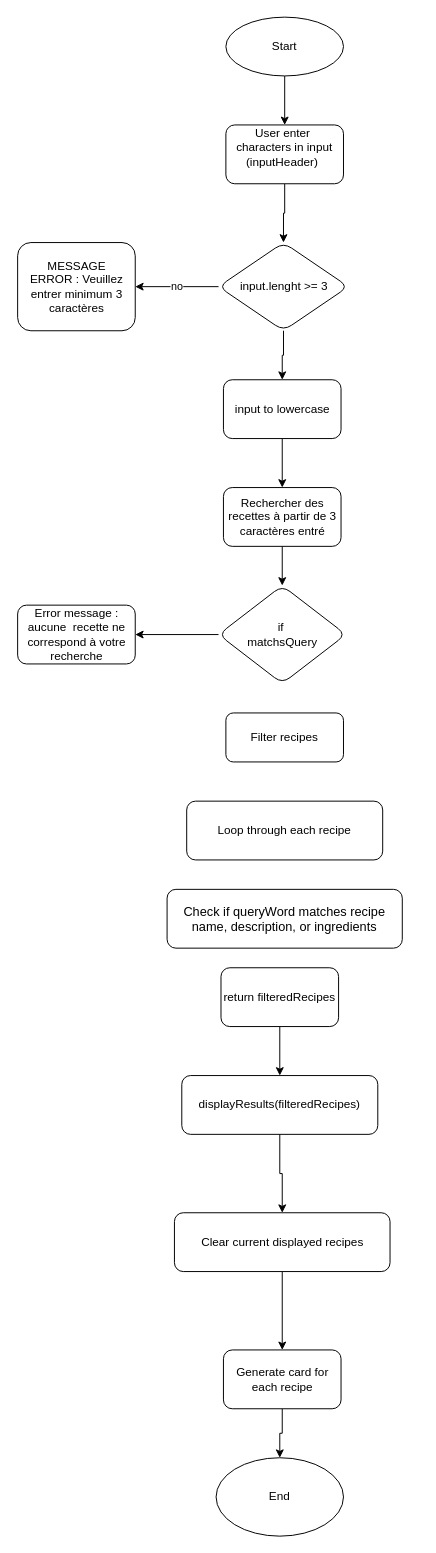
Above: Diagramme sans nom.drawio in Jeiiro/PetitsPlats2.0 (draw.io), before the change. Source tidied: cells renumbered, new cells numbered last; positions are measured from the earlier drawing's top-left corner, leaving out a move shared by most shapes. Both pictures are drawn from the tidied source at 98%, with x=0, y=0 at pixel (17, 17).
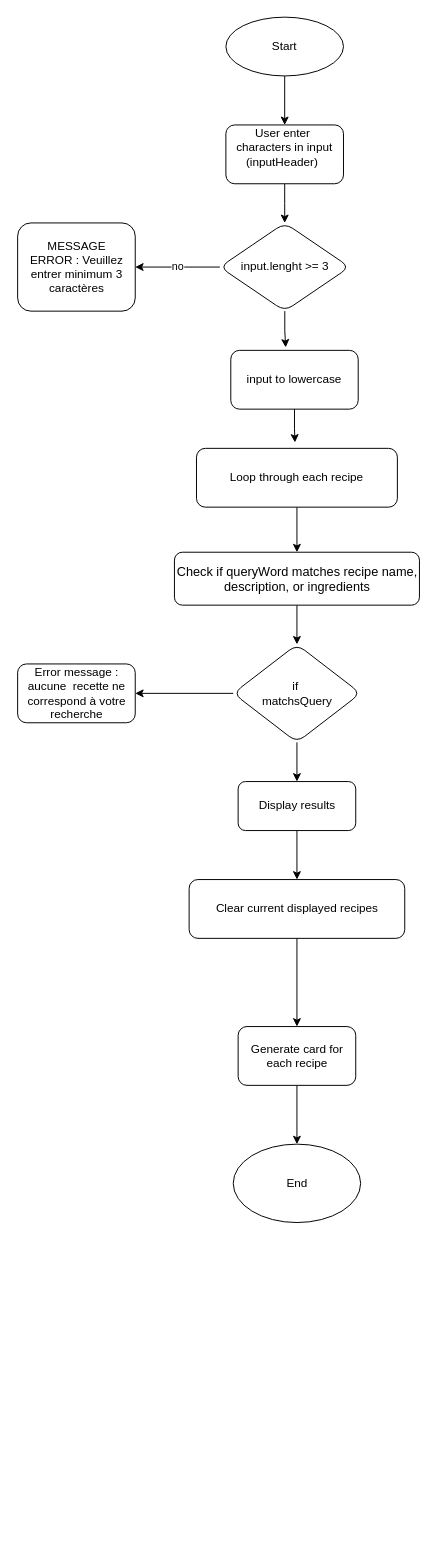
After the change.

Commit message:
Mettre à jour Diagramme sans nom.drawio

The change refers to these unchanged cells:
```xml
<mxCell id="3" value="User enter&amp;nbsp;&lt;div&gt;characters in input&lt;/div&gt;&lt;div style=&quot;text-align: start;&quot;&gt;&amp;nbsp; &amp;nbsp;(inputHeader)&lt;/div&gt;&lt;div&gt;&lt;br&gt;&lt;/div&gt;" style="rounded=1;whiteSpace=wrap;html=1;" parent="1" vertex="1">
  <mxGeometry x="213" y="110" width="120" height="60" as="geometry" />
</mxCell>
```

What changed in the source:
```diff
@@
-    <mxCell id="2" style="edgeStyle=orthogonalEdgeStyle;rounded=0;jettySize=auto;html=1;exitX=0.5;exitY=1;exitDx=0;exitDy=0;entryX=0.5;entryY=0;entryDx=0;entryDy=0;" parent="1" edge="1" source="3" target="9">
+    <mxCell id="2" style="edgeStyle=orthogonalEdgeStyle;rounded=0;jettySize=auto;html=1;entryX=0.5;entryY=0;entryDx=0;entryDy=0;" parent="1" edge="1" source="3" target="9">
       <mxGeometry relative="1" as="geometry" />
     </mxCell>
@@
     <mxCell id="4" value="&lt;div&gt;MESSAGE&lt;/div&gt;ERROR : Veuillez entrer minimum 3 caractères" style="rounded=1;whiteSpace=wrap;html=1;" parent="1" vertex="1">
-      <mxGeometry x="0.5" y="230" width="120" height="90" as="geometry" />
+      <mxGeometry x="0.5" y="210" width="120" height="90" as="geometry" />
     </mxCell>
@@
-    <mxCell id="8" style="edgeStyle=orthogonalEdgeStyle;rounded=0;jettySize=auto;html=1;entryX=0.5;entryY=0;entryDx=0;entryDy=0;" parent="1" edge="1" source="9" target="11">
-      <mxGeometry relative="1" as="geometry" />
-    </mxCell>
     <mxCell id="9" value="&lt;div&gt;input.lenght &amp;gt;= 3&lt;br&gt;&lt;/div&gt;" style="rhombus;whiteSpace=wrap;html=1;rounded=1;" parent="1" vertex="1">
-      <mxGeometry x="205.5" y="230" width="132.5" height="90" as="geometry" />
+      <mxGeometry x="206.8" y="210" width="132.5" height="90" as="geometry" />
     </mxCell>
-    <mxCell id="10" style="edgeStyle=orthogonalEdgeStyle;rounded=0;jettySize=auto;html=1;entryX=0.5;entryY=0;entryDx=0;entryDy=0;" parent="1" edge="1" source="11" target="28">
-      <mxGeometry relative="1" as="geometry" />
-    </mxCell>
     <mxCell id="11" value="input to lowercase" style="rounded=1;whiteSpace=wrap;html=1;" parent="1" vertex="1">
-      <mxGeometry x="210.5" y="370" width="120" height="60" as="geometry" />
+      <mxGeometry x="218" y="340" width="130" height="60" as="geometry" />
     </mxCell>
+    <mxCell id="29" style="edgeStyle=orthogonalEdgeStyle;rounded=0;jettySize=auto;html=1;entryX=0.5;entryY=0;entryDx=0;entryDy=0;" parent="1" edge="1" source="12" target="20">
+      <mxGeometry relative="1" as="geometry" />
+    </mxCell>
-    <mxCell id="12" value="Filter recipes" style="rounded=1;whiteSpace=wrap;html=1;" parent="1" vertex="1">
-      <mxGeometry x="213" y="710" width="120" height="50" as="geometry" />
+    <mxCell id="12" value="Display results" style="rounded=1;whiteSpace=wrap;html=1;" parent="1" vertex="1">
+      <mxGeometry x="225.5" y="780" width="120" height="50" as="geometry" />
     </mxCell>
+    <mxCell id="30" style="edgeStyle=orthogonalEdgeStyle;rounded=0;jettySize=auto;html=1;entryX=0.5;entryY=0;entryDx=0;entryDy=0;" parent="1" edge="1" source="13" target="14">
+      <mxGeometry relative="1" as="geometry" />
+    </mxCell>
     <mxCell id="13" value="Loop through each recipe" style="whiteSpace=wrap;html=1;rounded=1;" parent="1" vertex="1">
-      <mxGeometry x="173" y="800" width="200" height="60" as="geometry" />
+      <mxGeometry x="183" y="440" width="205" height="60" as="geometry" />
     </mxCell>
+    <mxCell id="31" style="edgeStyle=orthogonalEdgeStyle;rounded=0;jettySize=auto;html=1;entryX=0.5;entryY=0;entryDx=0;entryDy=0;" parent="1" edge="1" source="14" target="25">
+      <mxGeometry relative="1" as="geometry" />
+    </mxCell>
     <mxCell id="14" value="&lt;p style=&quot;margin: 0px; font-style: normal; font-variant-caps: normal; font-stretch: normal; font-size: 13px; line-height: normal; font-family: &amp;quot;.AppleSystemUIFontMonospaced&amp;quot;; font-size-adjust: none; font-kerning: auto; font-variant-alternates: normal; font-variant-ligatures: normal; font-variant-numeric: normal; font-variant-east-asian: normal; font-variant-position: normal; font-variant-emoji: normal; font-feature-settings: normal; font-optical-sizing: auto; font-variation-settings: normal;&quot;&gt;Check if queryWord matches recipe name, description, or ingredients&lt;/p&gt;" style="whiteSpace=wrap;html=1;rounded=1;" parent="1" vertex="1">
-      <mxGeometry x="153" y="890" width="240" height="60" as="geometry" />
+      <mxGeometry x="160.5" y="546" width="250" height="54" as="geometry" />
     </mxCell>
-    <mxCell id="15" style="edgeStyle=orthogonalEdgeStyle;rounded=0;jettySize=auto;html=1;" parent="1" edge="1" source="16" target="18">
-      <mxGeometry relative="1" as="geometry" />
-    </mxCell>
-    <mxCell id="16" value="return filteredRecipes" style="rounded=1;whiteSpace=wrap;html=1;" parent="1" vertex="1">
-      <mxGeometry x="208" y="970" width="120" height="60" as="geometry" />
-    </mxCell>
-    <mxCell id="17" style="edgeStyle=orthogonalEdgeStyle;rounded=0;jettySize=auto;html=1;" parent="1" edge="1" source="18" target="20">
-      <mxGeometry relative="1" as="geometry" />
-    </mxCell>
-    <mxCell id="18" value="displayResults(filteredRecipes)" style="rounded=1;whiteSpace=wrap;html=1;" parent="1" vertex="1">
-      <mxGeometry x="168" y="1080" width="200" height="60" as="geometry" />
-    </mxCell>
@@
     <mxCell id="20" value="Clear current displayed recipes" style="rounded=1;whiteSpace=wrap;html=1;" parent="1" vertex="1">
-      <mxGeometry x="160.5" y="1220" width="220" height="60" as="geometry" />
+      <mxGeometry x="175.5" y="880" width="220" height="60" as="geometry" />
     </mxCell>
@@
     <mxCell id="22" value="Generate card for&lt;div&gt;each recipe&lt;/div&gt;" style="rounded=1;whiteSpace=wrap;html=1;" parent="1" vertex="1">
-      <mxGeometry x="210.5" y="1360" width="120" height="60" as="geometry" />
+      <mxGeometry x="225.5" y="1030" width="120" height="60" as="geometry" />
     </mxCell>
     <mxCell id="23" value="End" style="ellipse;whiteSpace=wrap;html=1;rounded=1;" parent="1" vertex="1">
-      <mxGeometry x="203" y="1470" width="130" height="80" as="geometry" />
+      <mxGeometry x="220.5" y="1150" width="130" height="80" as="geometry" />
     </mxCell>
@@
+    <mxCell id="32" style="edgeStyle=orthogonalEdgeStyle;rounded=0;jettySize=auto;html=1;entryX=0.5;entryY=0;entryDx=0;entryDy=0;" parent="1" edge="1" source="25" target="12">
+      <mxGeometry relative="1" as="geometry" />
+    </mxCell>
     <mxCell id="25" value="if&amp;nbsp;&lt;div&gt;matchsQuery&lt;/div&gt;" style="rhombus;whiteSpace=wrap;html=1;rounded=1;" parent="1" vertex="1">
-      <mxGeometry x="205.5" y="580" width="130" height="100" as="geometry" />
+      <mxGeometry x="220.5" y="640" width="130" height="100" as="geometry" />
     </mxCell>
     <mxCell id="26" value="Error message : aucune &amp;nbsp;recette ne correspond à votre recherche" style="rounded=1;whiteSpace=wrap;html=1;" parent="1" vertex="1">
-      <mxGeometry x="0.5" y="600" width="120" height="60" as="geometry" />
+      <mxGeometry x="0.5" y="660" width="120" height="60" as="geometry" />
     </mxCell>
-    <mxCell id="27" style="edgeStyle=orthogonalEdgeStyle;rounded=0;jettySize=auto;html=1;entryX=0.5;entryY=0;entryDx=0;entryDy=0;" parent="1" edge="1" source="28" target="25">
-      <mxGeometry relative="1" as="geometry" />
-    </mxCell>
-    <mxCell id="28" value="Rechercher des recettes à partir de 3 caractères entré" style="rounded=1;whiteSpace=wrap;html=1;" parent="1" vertex="1">
-      <mxGeometry x="210.5" y="480" width="120" height="60" as="geometry" />
-    </mxCell>
+    <mxCell id="8" style="edgeStyle=orthogonalEdgeStyle;rounded=0;jettySize=auto;html=1;entryX=0.431;entryY=-0.05;entryDx=0;entryDy=0;entryPerimeter=0;" parent="1" edge="1" source="9" target="11">
+      <mxGeometry relative="1" as="geometry" />
+    </mxCell>
+    <mxCell id="33" style="edgeStyle=orthogonalEdgeStyle;rounded=0;jettySize=auto;html=1;entryX=0.49;entryY=-0.1;entryDx=0;entryDy=0;entryPerimeter=0;" parent="1" edge="1" source="11" target="13">
+      <mxGeometry relative="1" as="geometry" />
+    </mxCell>
```
